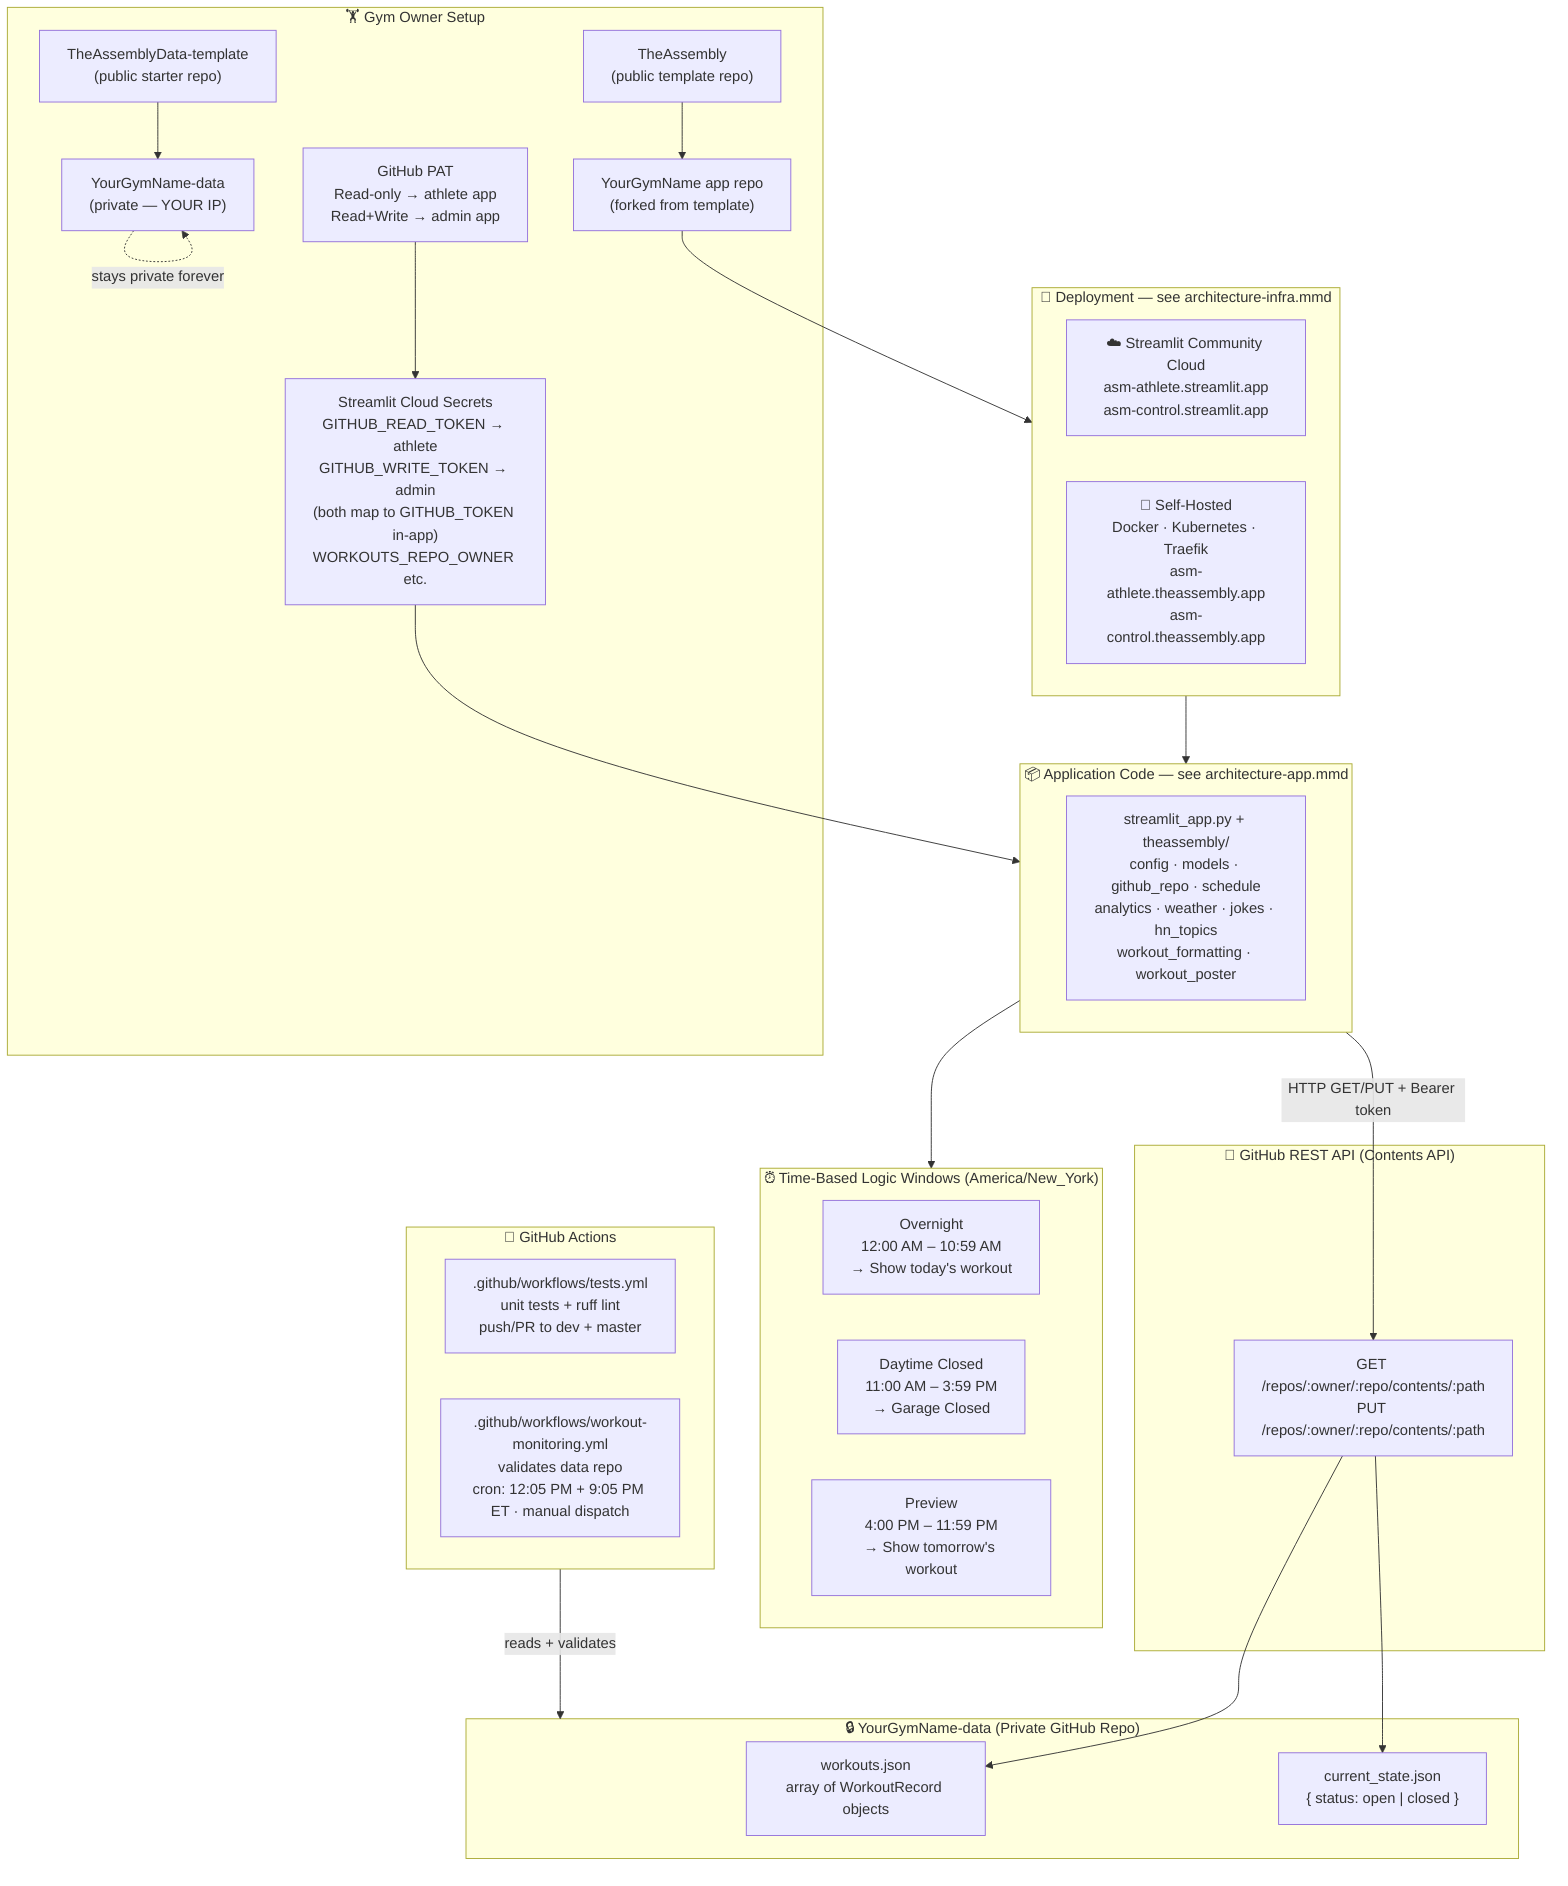
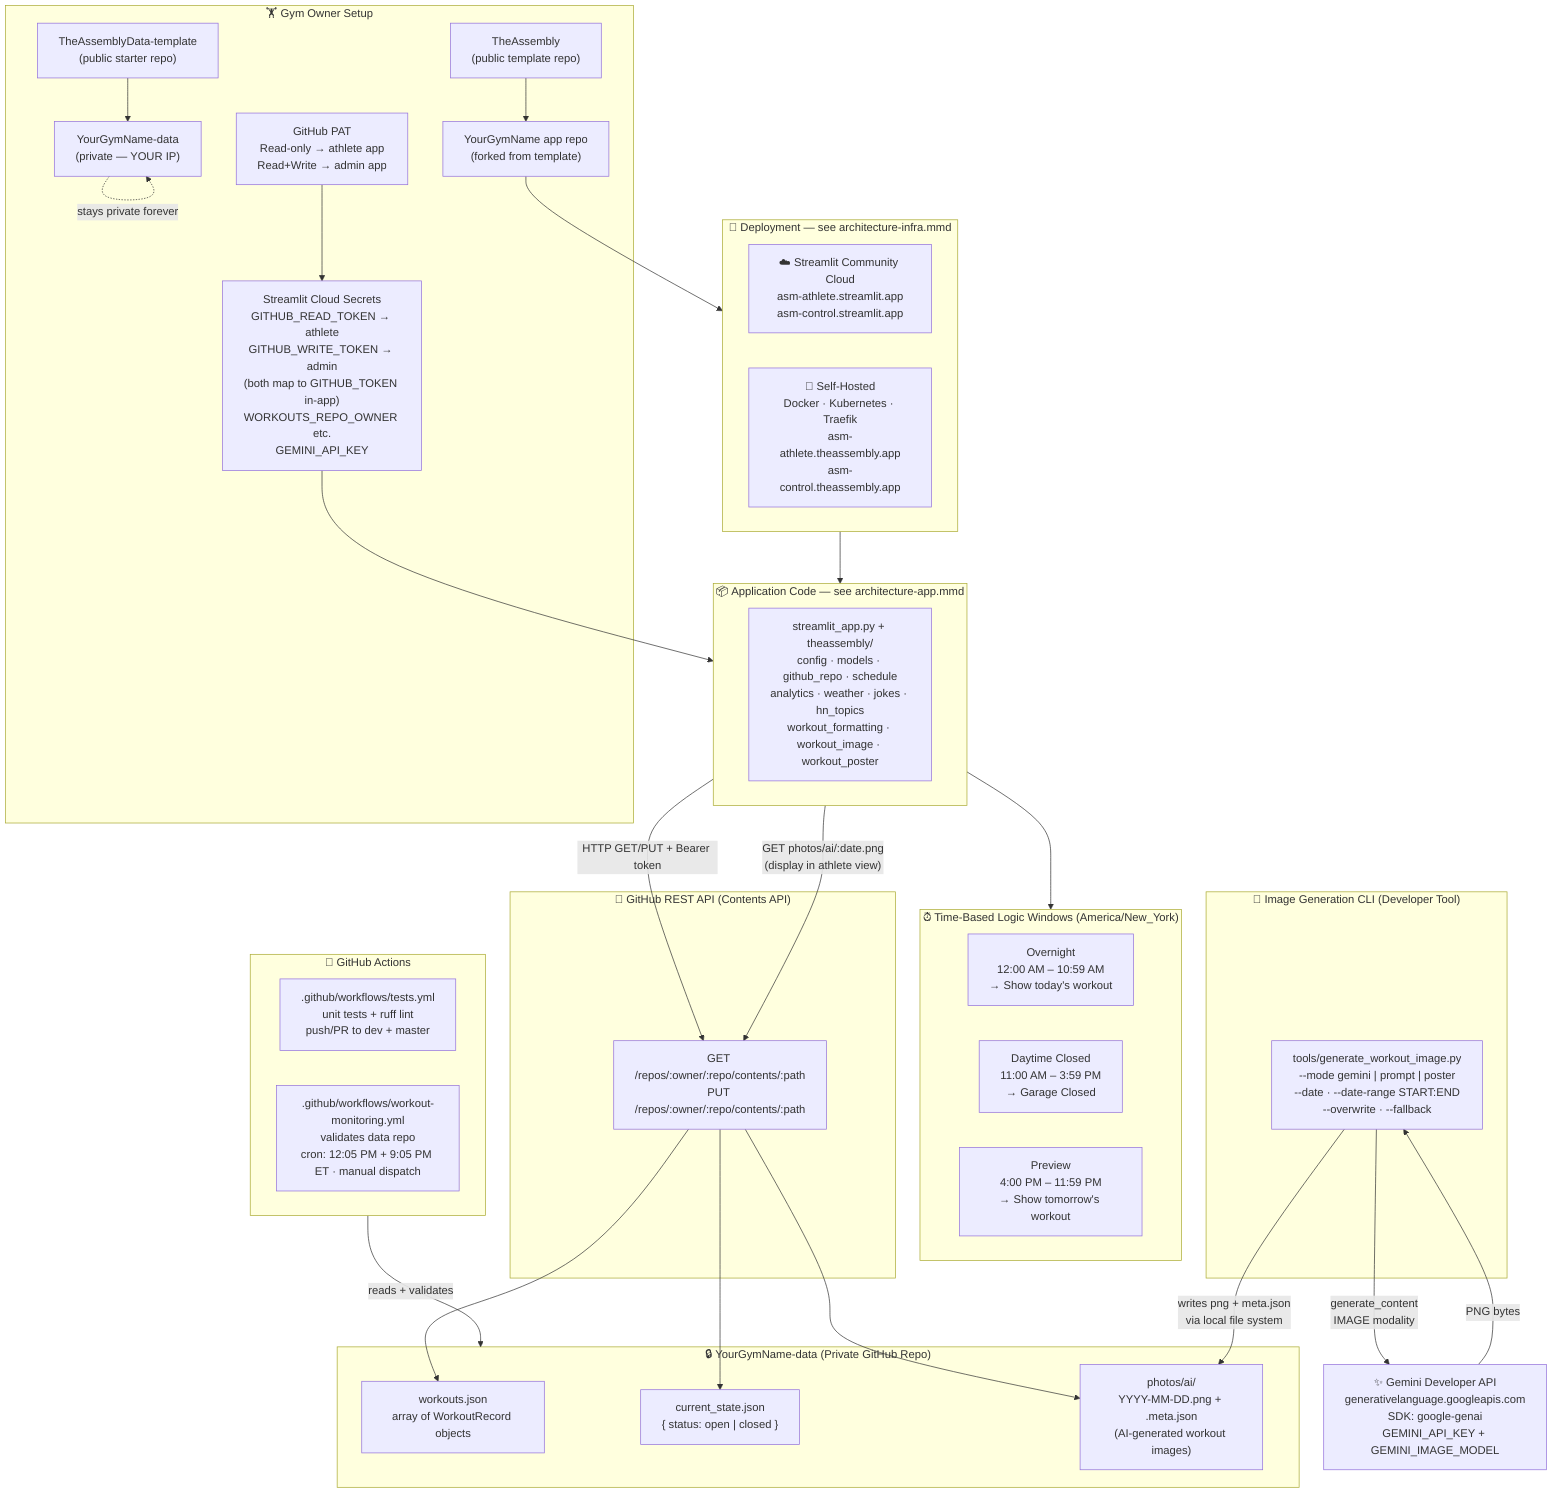
%% High-Level Overview — see architecture-app.mmd for app internals, architecture-infra.mmd for deployment details
graph TD
    subgraph GymOwnerSetup["🏋️ Gym Owner Setup"]
        Template["TheAssembly\n(public template repo)"]
        DataTemplate["TheAssemblyData-template\n(public starter repo)"]
        GymRepo["YourGymName app repo\n(forked from template)"]
        GymData["YourGymName-data\n(private — YOUR IP)"]
        PAT["GitHub PAT\nRead-only → athlete app\nRead+Write → admin app"]
-         StreamlitSecrets["Streamlit Cloud Secrets\nGITHUB_READ_TOKEN → athlete\nGITHUB_WRITE_TOKEN → admin\n(both map to GITHUB_TOKEN in-app)\nWORKOUTS_REPO_OWNER etc."]
+         StreamlitSecrets["Streamlit Cloud Secrets\nGITHUB_READ_TOKEN → athlete\nGITHUB_WRITE_TOKEN → admin\n(both map to GITHUB_TOKEN in-app)\nWORKOUTS_REPO_OWNER etc.\nGEMINI_API_KEY"]
        Template --> GymRepo
        DataTemplate --> GymData
        PAT --> StreamlitSecrets
        GymData -.->|"stays private forever"| GymData
    end

    subgraph DeploymentPaths["🚀 Deployment — see architecture-infra.mmd"]
        StreamlitCloud["☁️ Streamlit Community Cloud\nasm-athlete.streamlit.app\nasm-control.streamlit.app"]
        SelfHosted["🐳 Self-Hosted\nDocker · Kubernetes · Traefik\nasm-athlete.theassembly.app\nasm-control.theassembly.app"]
    end

    subgraph AppCode["📦 Application Code — see architecture-app.mmd"]
-         AppNode["streamlit_app.py + theassembly/\nconfig · models · github_repo · schedule\nanalytics · weather · jokes · hn_topics\nworkout_formatting · workout_poster"]
+         AppNode["streamlit_app.py + theassembly/\nconfig · models · github_repo · schedule\nanalytics · weather · jokes · hn_topics\nworkout_formatting · workout_image · workout_poster"]
    end

    subgraph PrivateDataRepo["🔒 YourGymName-data (Private GitHub Repo)"]
        WorkoutsJSON["workouts.json\narray of WorkoutRecord objects"]
        StateJSON["current_state.json\n{ status: open | closed }"]
+         PhotosAI["photos/ai/\nYYYY-MM-DD.png + .meta.json\n(AI-generated workout images)"]
    end

    subgraph GitHubAPI["🐙 GitHub REST API (Contents API)"]
        ContentsAPI["GET /repos/:owner/:repo/contents/:path\nPUT /repos/:owner/:repo/contents/:path"]
    end

    subgraph TimeLogic["⏰ Time-Based Logic Windows (America/New_York)"]
        Overnight["Overnight\n12:00 AM – 10:59 AM\n→ Show today's workout"]
        Closed["Daytime Closed\n11:00 AM – 3:59 PM\n→ Garage Closed"]
        Preview["Preview\n4:00 PM – 11:59 PM\n→ Show tomorrow's workout"]
    end

    subgraph CI["🔄 GitHub Actions"]
        TestsWF[".github/workflows/tests.yml\nunit tests + ruff lint\npush/PR to dev + master"]
        MonitorWF[".github/workflows/workout-monitoring.yml\nvalidates data repo\ncron: 12:05 PM + 9:05 PM ET · manual dispatch"]
    end

    GymRepo --> DeploymentPaths
    StreamlitSecrets --> AppCode
    DeploymentPaths --> AppCode
    AppCode -->|"HTTP GET/PUT + Bearer token"| ContentsAPI
    ContentsAPI --> WorkoutsJSON
    ContentsAPI --> StateJSON
    AppCode --> TimeLogic
    CI -->|"reads + validates"| PrivateDataRepo

+     subgraph CliTools["🤖 Image Generation CLI (Developer Tool)"]
+         GenerateImageCLI["tools/generate_workout_image.py\n--mode gemini | prompt | poster\n--date · --date-range START:END\n--overwrite · --fallback"]
+     end
+ 
+     GeminiAPI["✨ Gemini Developer API\ngenerativelanguage.googleapis.com\nSDK: google-genai\nGEMINI_API_KEY + GEMINI_IMAGE_MODEL"]
+ 
+     AppCode -->|"GET photos/ai/:date.png\n(display in athlete view)"| ContentsAPI
+     ContentsAPI --> PhotosAI
+     GenerateImageCLI -->|"generate_content\nIMAGE modality"| GeminiAPI
+     GeminiAPI -->|"PNG bytes"| GenerateImageCLI
+     GenerateImageCLI -->|"writes png + meta.json\nvia local file system"| PhotosAI
+ 
